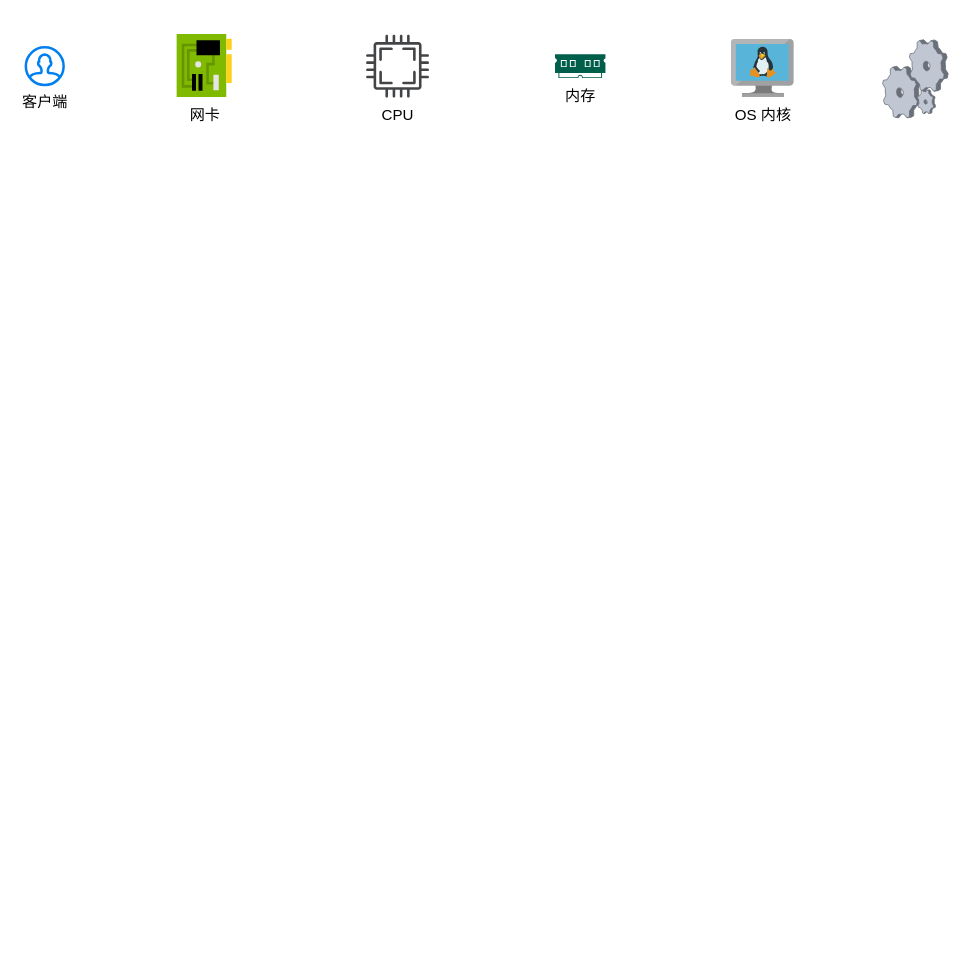
Above: recv_data_process.drawio in fsJerryChan/fsJerryChan (draw.io), before the change. Source tidied: cells renumbered, new cells numbered last; positions are measured from the earlier drawing's top-left corner, leaving out a move shared by most shapes. Both pictures are drawn from the tidied source at 126%, with x=0, y=0 at pixel (25, 34).
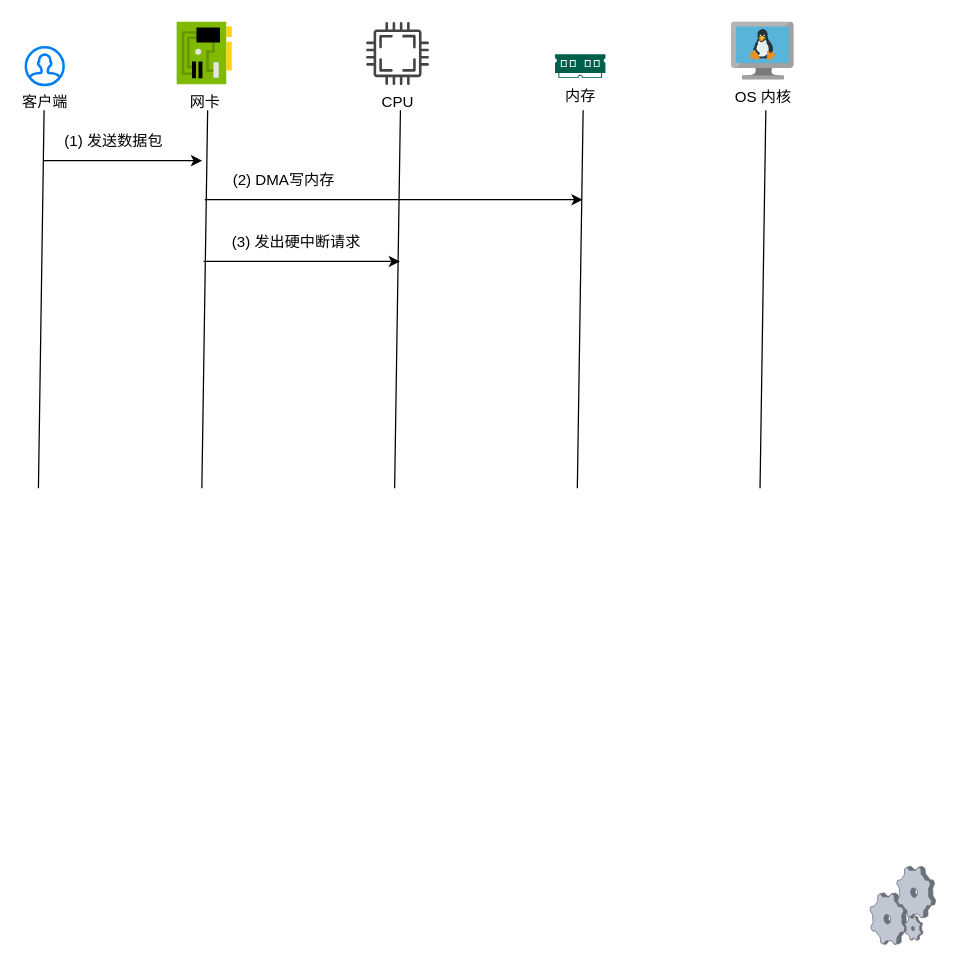
After the change.

Diff of the diagram source:
```diff
@@
     <mxCell id="2" value="CPU" style="sketch=0;shadow=0;dashed=0;html=1;strokeColor=none;fillColor=#434445;labelPosition=center;verticalLabelPosition=bottom;verticalAlign=top;align=center;shape=mxgraph.vvd.cpu;" parent="1" vertex="1">
-      <mxGeometry x="270" width="50" height="50" as="geometry" />
+      <mxGeometry x="270" y="-10" width="50" height="50" as="geometry" />
     </mxCell>
     <mxCell id="3" value="网卡" style="image;sketch=0;html=1;align=center;fontSize=12;image=img/lib/mscae/NetworkInterfaceCard.svg;" parent="1" vertex="1">
-      <mxGeometry x="120" width="44" height="50" as="geometry" />
+      <mxGeometry x="120" y="-10" width="44" height="50" as="geometry" />
     </mxCell>
     <mxCell id="4" value="OS 内核" style="image;sketch=0;html=1;align=center;fontSize=12;image=img/lib/mscae/VM_Linux.svg;" parent="1" vertex="1">
-      <mxGeometry x="560" y="4" width="50" height="46" as="geometry" />
+      <mxGeometry x="560" y="-10" width="50" height="46" as="geometry" />
     </mxCell>
@@
     <mxCell id="7" style="verticalLabelPosition=bottom;sketch=0;html=1;verticalAlign=top;strokeColor=none;align=center;shape=mxgraph.citrix.process;" parent="1" vertex="1">
-      <mxGeometry x="680" y="4" width="52" height="62" as="geometry" />
+      <mxGeometry x="670" y="660" width="52" height="62" as="geometry" />
     </mxCell>
+    <mxCell id="8" style="endArrow=none;html=1;rounded=0;" parent="1" edge="1">
+      <mxGeometry relative="1" as="geometry">
+        <mxPoint x="10" y="360" as="sourcePoint" />
+        <mxPoint x="14.5" y="60" as="targetPoint" />
+      </mxGeometry>
+    </mxCell>
+    <mxCell id="9" style="endArrow=none;html=1;rounded=0;" parent="1" edge="1">
+      <mxGeometry relative="1" as="geometry">
+        <mxPoint x="139.7" y="360" as="sourcePoint" />
+        <mxPoint x="144.3" y="60" as="targetPoint" />
+      </mxGeometry>
+    </mxCell>
+    <mxCell id="10" style="endArrow=classic;html=1;rounded=0;" parent="1" edge="1">
+      <mxGeometry relative="1" as="geometry">
+        <mxPoint x="14" y="100" as="sourcePoint" />
+        <mxPoint x="140" y="100" as="targetPoint" />
+      </mxGeometry>
+    </mxCell>
+    <mxCell id="11" value="(1) 发送数据包" style="text;strokeColor=none;align=center;fillColor=none;html=1;verticalAlign=middle;whiteSpace=wrap;rounded=0;" parent="1" vertex="1">
+      <mxGeometry x="30" y="70" width="80" height="30" as="geometry" />
+    </mxCell>
+    <mxCell id="12" style="endArrow=none;html=1;rounded=0;" parent="1" edge="1">
+      <mxGeometry relative="1" as="geometry">
+        <mxPoint x="292.7" y="360" as="sourcePoint" />
+        <mxPoint x="297.3" y="60" as="targetPoint" />
+      </mxGeometry>
+    </mxCell>
+    <mxCell id="13" style="endArrow=none;html=1;rounded=0;" parent="1" edge="1">
+      <mxGeometry relative="1" as="geometry">
+        <mxPoint x="437.7" y="360" as="sourcePoint" />
+        <mxPoint x="442.3" y="60" as="targetPoint" />
+      </mxGeometry>
+    </mxCell>
+    <mxCell id="14" style="endArrow=classic;html=1;rounded=0;" parent="1" edge="1">
+      <mxGeometry relative="1" as="geometry">
+        <mxPoint x="142" y="131" as="sourcePoint" />
+        <mxPoint x="442" y="131" as="targetPoint" />
+      </mxGeometry>
+    </mxCell>
+    <mxCell id="15" value="(2) DMA写内存" style="text;strokeColor=none;align=center;fillColor=none;html=1;verticalAlign=middle;whiteSpace=wrap;rounded=0;" parent="1" vertex="1">
+      <mxGeometry x="150" y="101" width="110" height="30" as="geometry" />
+    </mxCell>
+    <mxCell id="16" style="endArrow=none;html=1;rounded=0;" parent="1" edge="1">
+      <mxGeometry relative="1" as="geometry">
+        <mxPoint x="582.7" y="360" as="sourcePoint" />
+        <mxPoint x="587.3" y="60" as="targetPoint" />
+      </mxGeometry>
+    </mxCell>
+    <mxCell id="17" style="endArrow=classic;html=1;rounded=0;" parent="1" edge="1">
+      <mxGeometry relative="1" as="geometry">
+        <mxPoint x="141" y="180" as="sourcePoint" />
+        <mxPoint x="297" y="180" as="targetPoint" />
+      </mxGeometry>
+    </mxCell>
+    <mxCell id="18" value="(3) 发出硬中断请求" style="text;strokeColor=none;align=center;fillColor=none;html=1;verticalAlign=middle;whiteSpace=wrap;rounded=0;" parent="1" vertex="1">
+      <mxGeometry x="160" y="150" width="110" height="30" as="geometry" />
+    </mxCell>
```
